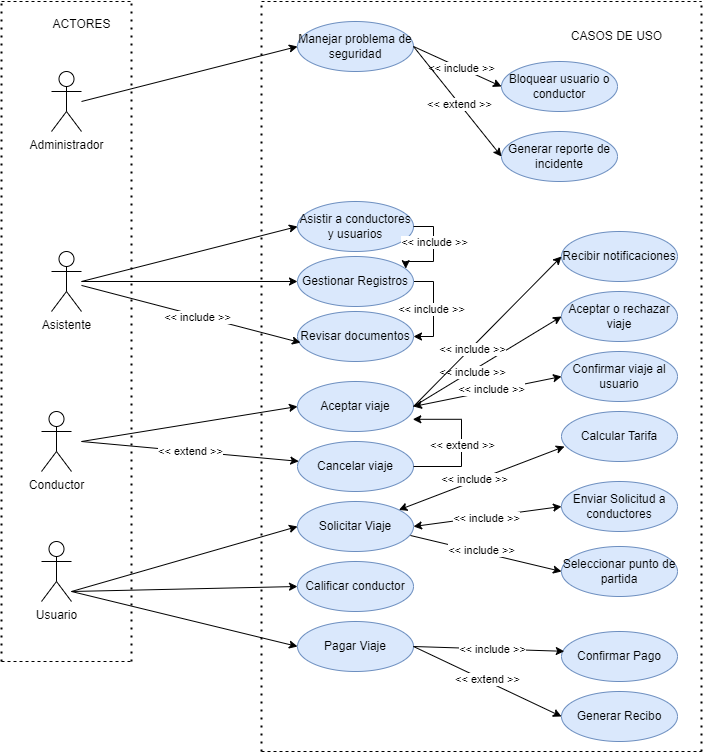
This is Imagenes/CasosDeUsoAltoNivel.png from LuisaMariaO/AYD2-Proyecto-G4-T, a draw.io export, as it was before one commit. Source tidied: cells renumbered, new cells last; positions are measured from the earlier drawing's top-left corner, leaving out a move shared by most shapes.
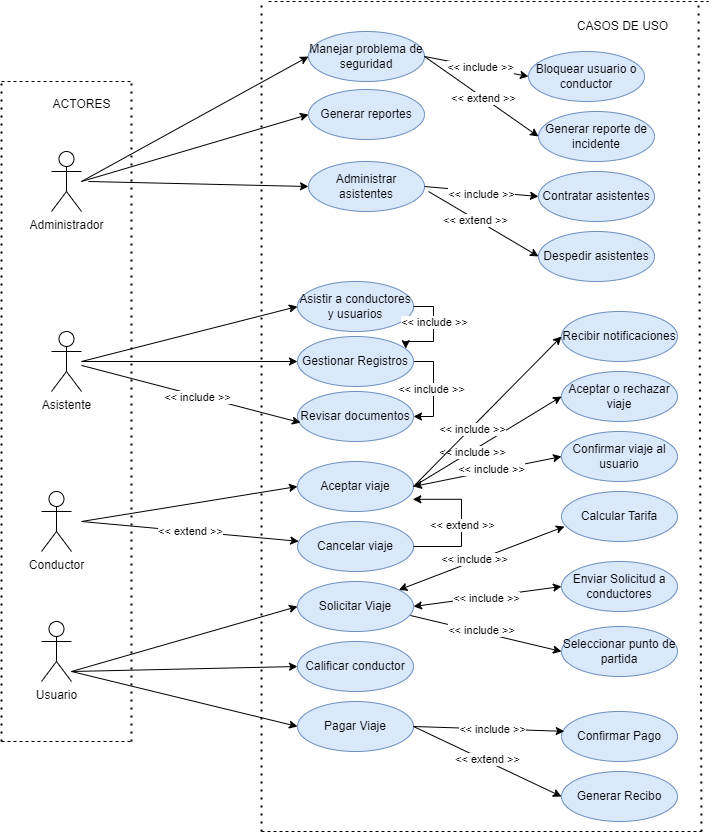
After the change.

Commit message:
feat: cambio de imagen

Diff of the diagram source:
```diff
@@ -12,16 +12,16 @@
       <mxGeometry x="40" y="540" width="30" height="60" as="geometry" />
     </mxCell>
     <mxCell id="5" value="Manejar problema de seguridad" style="ellipse;whiteSpace=wrap;html=1;fillColor=#dae8fc;strokeColor=#6c8ebf;" parent="1" vertex="1">
-      <mxGeometry x="296" y="20" width="116" height="50" as="geometry" />
+      <mxGeometry x="307" y="-50" width="116" height="50" as="geometry" />
     </mxCell>
     <mxCell id="6" value="Conductor" style="shape=umlActor;verticalLabelPosition=bottom;verticalAlign=top;html=1;" parent="1" vertex="1">
       <mxGeometry x="40" y="410" width="30" height="60" as="geometry" />
     </mxCell>
     <mxCell id="7" value="Bloquear usuario o conductor" style="ellipse;whiteSpace=wrap;html=1;fillColor=#dae8fc;strokeColor=#6c8ebf;" parent="1" vertex="1">
-      <mxGeometry x="500" y="60" width="116" height="50" as="geometry" />
+      <mxGeometry x="527" y="-30" width="116" height="50" as="geometry" />
     </mxCell>
     <mxCell id="8" value="Generar reporte de incidente" style="ellipse;whiteSpace=wrap;html=1;fillColor=#dae8fc;strokeColor=#6c8ebf;" parent="1" vertex="1">
-      <mxGeometry x="500" y="130" width="116" height="50" as="geometry" />
+      <mxGeometry x="537" y="30" width="116" height="50" as="geometry" />
     </mxCell>
     <mxCell id="9" style="edgeStyle=orthogonalEdgeStyle;rounded=0;jettySize=auto;html=1;entryX=1;entryY=0.5;entryDx=0;entryDy=0;" parent="1" edge="1" source="11" target="12">
       <mxGeometry relative="1" as="geometry">
@@ -146,7 +146,7 @@
     <mxCell id="42" style="endArrow=none;dashed=1;html=1;dashPattern=1 3;strokeWidth=2;rounded=0;" parent="1" edge="1">
       <mxGeometry relative="1" as="geometry">
         <mxPoint x="260" y="750" as="sourcePoint" />
-        <mxPoint x="260" as="targetPoint" />
+        <mxPoint x="260" y="-80" as="targetPoint" />
       </mxGeometry>
     </mxCell>
     <mxCell id="43" style="endArrow=none;dashed=1;html=1;dashPattern=1 3;strokeWidth=2;rounded=0;" parent="1" edge="1">
@@ -164,7 +164,7 @@
     <mxCell id="45" style="endArrow=none;dashed=1;html=1;dashPattern=1 3;strokeWidth=2;rounded=0;" parent="1" edge="1">
       <mxGeometry relative="1" as="geometry">
         <mxPoint x="700" y="750" as="sourcePoint" />
-        <mxPoint x="700" as="targetPoint" />
+        <mxPoint x="697" y="-80" as="targetPoint" />
       </mxGeometry>
     </mxCell>
     <mxCell id="46" style="endArrow=none;dashed=1;html=1;rounded=0;" parent="1" edge="1">
@@ -181,8 +181,8 @@
     </mxCell>
     <mxCell id="48" style="endArrow=none;dashed=1;html=1;rounded=0;" parent="1" edge="1">
       <mxGeometry relative="1" as="geometry">
-        <mxPoint x="260" as="sourcePoint" />
-        <mxPoint x="700" as="targetPoint" />
+        <mxPoint x="267" y="-80" as="sourcePoint" />
+        <mxPoint x="707" y="-80" as="targetPoint" />
       </mxGeometry>
     </mxCell>
     <mxCell id="49" style="endArrow=none;dashed=1;html=1;rounded=0;" parent="1" edge="1">
@@ -192,7 +192,7 @@
       </mxGeometry>
     </mxCell>
     <mxCell id="50" value="CASOS DE USO" style="text;html=1;align=center;verticalAlign=middle;strokeColor=none;fillColor=none;" parent="1" vertex="1">
-      <mxGeometry x="560" y="20" width="110" height="30" as="geometry" />
+      <mxGeometry x="566" y="-70" width="110" height="30" as="geometry" />
     </mxCell>
     <mxCell id="51" value="ACTORES" style="text;html=1;align=center;verticalAlign=middle;strokeColor=none;fillColor=none;" parent="1" vertex="1">
       <mxGeometry x="40" y="8" width="80" height="30" as="geometry" />
@@ -265,5 +265,41 @@
     <mxCell id="70" value="&amp;lt;&amp;lt; include &amp;gt;&amp;gt;" style="edgeLabel;html=1;align=center;verticalAlign=middle;" parent="69" vertex="1">
       <mxGeometry x="-0.22" relative="1" as="geometry" />
     </mxCell>
+    <mxCell id="71" value="Generar reportes" style="ellipse;whiteSpace=wrap;html=1;fillColor=#dae8fc;strokeColor=#6c8ebf;" parent="1" vertex="1">
+      <mxGeometry x="307" y="8" width="116" height="50" as="geometry" />
+    </mxCell>
+    <mxCell id="72" style="endArrow=classic;html=1;rounded=0;entryX=0;entryY=0.5;entryDx=0;entryDy=0;" parent="1" edge="1" target="71">
+      <mxGeometry relative="1" as="geometry">
+        <mxPoint x="80" y="100" as="sourcePoint" />
+      </mxGeometry>
+    </mxCell>
+    <mxCell id="73" value="Administrar asistentes" style="ellipse;whiteSpace=wrap;html=1;fillColor=#dae8fc;strokeColor=#6c8ebf;" parent="1" vertex="1">
+      <mxGeometry x="307" y="80" width="116" height="50" as="geometry" />
+    </mxCell>
+    <mxCell id="74" style="endArrow=classic;html=1;rounded=0;entryX=0;entryY=0.5;entryDx=0;entryDy=0;" parent="1" edge="1" target="73">
+      <mxGeometry relative="1" as="geometry">
+        <mxPoint x="87" y="100" as="sourcePoint" />
+      </mxGeometry>
+    </mxCell>
+    <mxCell id="75" value="Contratar asistentes" style="ellipse;whiteSpace=wrap;html=1;fillColor=#dae8fc;strokeColor=#6c8ebf;" parent="1" vertex="1">
+      <mxGeometry x="537" y="90" width="116" height="50" as="geometry" />
+    </mxCell>
+    <mxCell id="76" value="Despedir asistentes" style="ellipse;whiteSpace=wrap;html=1;fillColor=#dae8fc;strokeColor=#6c8ebf;" parent="1" vertex="1">
+      <mxGeometry x="537" y="150" width="116" height="50" as="geometry" />
+    </mxCell>
+    <mxCell id="77" style="endArrow=classic;html=1;rounded=0;exitX=1;exitY=0.5;exitDx=0;exitDy=0;entryX=0;entryY=0.5;entryDx=0;entryDy=0;" parent="1" edge="1" source="73" target="75">
+      <mxGeometry relative="1" as="geometry" />
+    </mxCell>
+    <mxCell id="78" value="&amp;lt;&amp;lt; include &amp;gt;&amp;gt;" style="edgeLabel;html=1;align=center;verticalAlign=middle;" parent="77" vertex="1">
+      <mxGeometry y="-3" relative="1" as="geometry" />
+    </mxCell>
+    <mxCell id="79" style="endArrow=classic;html=1;rounded=0;entryX=0;entryY=0.5;entryDx=0;entryDy=0;" parent="1" edge="1" target="76">
+      <mxGeometry relative="1" as="geometry">
+        <mxPoint x="427" y="110" as="sourcePoint" />
+      </mxGeometry>
+    </mxCell>
+    <mxCell id="80" value="&amp;lt;&amp;lt; extend &amp;gt;&amp;gt;" style="edgeLabel;html=1;align=center;verticalAlign=middle;" parent="79" vertex="1">
+      <mxGeometry x="-0.14" y="-1" relative="1" as="geometry" />
+    </mxCell>
   </root>
 </mxGraphModel>
```
